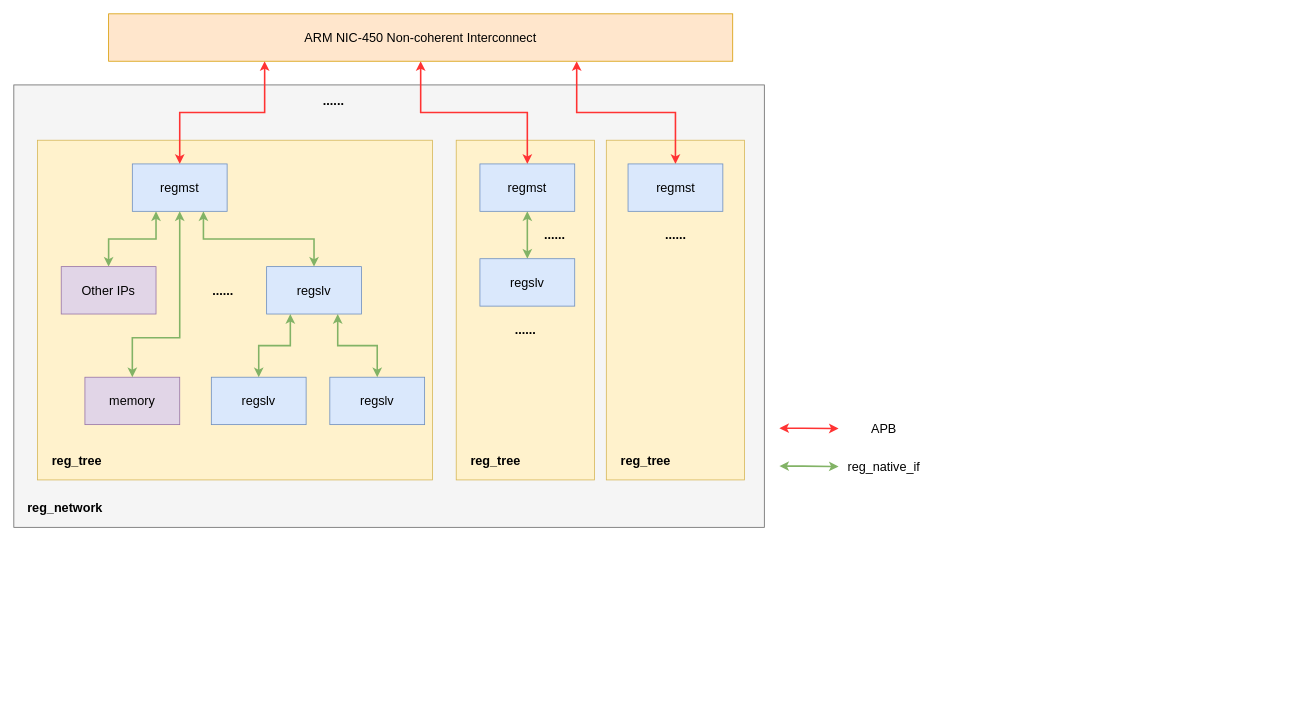
Above: docs/reg_network.dio in howsayhao/hj_reg_auto (draw.io), before the change. Source tidied: cells renumbered, new cells numbered last; positions are measured from the earlier drawing's top-left corner, leaving out a move shared by most shapes. Both pictures are drawn from the tidied source at 79%, with x=0, y=0 at pixel (13, 13).
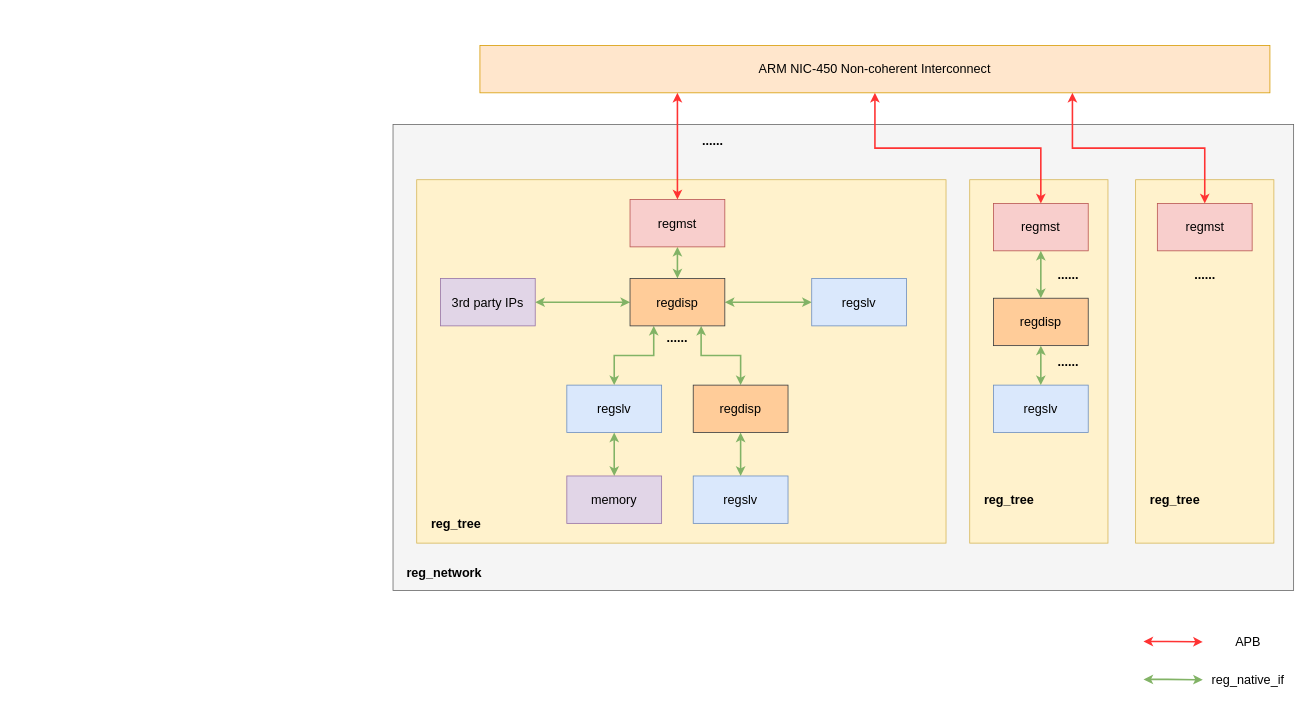
The same diagram, later.

What changed in the source:
```diff
@@
     <mxCell id="2" style="rounded=0;whiteSpace=wrap;html=1;fontSize=16;fillColor=#f5f5f5;fontColor=#333333;strokeColor=#666666;" parent="1" vertex="1">
-      <mxGeometry y="90" width="950" height="560" as="geometry" />
+      <mxGeometry x="480" y="140" width="1140" height="590" as="geometry" />
     </mxCell>
+    <mxCell id="40" style="group;fillColor=#fff2cc;strokeColor=#d6b656;" parent="1" vertex="1">
+      <mxGeometry x="1210" y="210" width="175" height="460" as="geometry" />
+    </mxCell>
     <mxCell id="3" style="rounded=0;whiteSpace=wrap;html=1;fontSize=16;fillColor=#fff2cc;strokeColor=#d6b656;" parent="1" vertex="1">
-      <mxGeometry x="750" y="160" width="175" height="430" as="geometry" />
+      <mxGeometry x="1420" y="210" width="175" height="460" as="geometry" />
     </mxCell>
-    <mxCell id="4" style="rounded=0;whiteSpace=wrap;html=1;fontSize=16;fillColor=#fff2cc;strokeColor=#d6b656;" parent="1" vertex="1">
-      <mxGeometry x="560" y="160" width="175" height="430" as="geometry" />
-    </mxCell>
     <mxCell id="5" style="rounded=0;whiteSpace=wrap;html=1;fontSize=16;fillColor=#fff2cc;strokeColor=#d6b656;" parent="1" vertex="1">
-      <mxGeometry x="30" y="160" width="500" height="430" as="geometry" />
+      <mxGeometry x="510" y="210" width="670" height="460" as="geometry" />
     </mxCell>
@@
     <mxCell id="9" value="&lt;span style=&quot;font-size: 16px&quot;&gt;ARM NIC-450 Non-coherent Interconnect&lt;/span&gt;" style="rounded=0;whiteSpace=wrap;html=1;fillColor=#ffe6cc;strokeColor=#d79b00;fontStyle=0;fontSize=16;" parent="1" vertex="1">
-      <mxGeometry x="120" width="790" height="60" as="geometry" />
+      <mxGeometry x="590" y="40" width="1000" height="60" as="geometry" />
     </mxCell>
-    <mxCell id="10" style="edgeStyle=orthogonalEdgeStyle;rounded=0;html=1;exitX=0.75;exitY=1;exitDx=0;exitDy=0;entryX=0.5;entryY=0;entryDx=0;entryDy=0;fontSize=16;startArrow=classic;startFill=1;strokeColor=#82b366;strokeWidth=2;fillColor=#d5e8d4;" parent="1" edge="1" source="12" target="19">
+    <mxCell id="10" style="edgeStyle=orthogonalEdgeStyle;rounded=0;html=1;exitX=0.5;exitY=1;exitDx=0;exitDy=0;startArrow=classic;startFill=1;strokeWidth=2;fillColor=#d5e8d4;strokeColor=#82b366;entryX=0.5;entryY=0;entryDx=0;entryDy=0;" parent="1" edge="1" source="12" target="19">
       <mxGeometry relative="1" as="geometry" />
     </mxCell>
-    <mxCell id="11" style="edgeStyle=orthogonalEdgeStyle;rounded=0;html=1;exitX=0.25;exitY=1;exitDx=0;exitDy=0;fontSize=16;startArrow=classic;startFill=1;strokeColor=#82b366;strokeWidth=2;fillColor=#d5e8d4;" parent="1" edge="1" source="12" target="16">
-      <mxGeometry relative="1" as="geometry" />
-    </mxCell>
-    <mxCell id="12" value="regmst" style="rounded=0;whiteSpace=wrap;html=1;fillColor=#dae8fc;strokeColor=#6c8ebf;fontStyle=0;fontSize=16;" parent="1" vertex="1">
-      <mxGeometry x="150" y="190" width="120" height="60" as="geometry" />
+    <mxCell id="12" value="regmst" style="rounded=0;whiteSpace=wrap;html=1;fillColor=#f8cecc;strokeColor=#b85450;fontStyle=0;fontSize=16;" parent="1" vertex="1">
+      <mxGeometry x="780" y="235" width="120" height="60" as="geometry" />
     </mxCell>
-    <mxCell id="13" style="edgeStyle=orthogonalEdgeStyle;rounded=0;html=1;exitX=0.5;exitY=1;exitDx=0;exitDy=0;entryX=0.5;entryY=0;entryDx=0;entryDy=0;fontSize=16;startArrow=classic;startFill=1;strokeColor=#82b366;strokeWidth=2;fillColor=#d5e8d4;" parent="1" edge="1" source="14" target="22">
-      <mxGeometry relative="1" as="geometry" />
-    </mxCell>
-    <mxCell id="14" value="regmst" style="rounded=0;whiteSpace=wrap;html=1;fillColor=#dae8fc;strokeColor=#6c8ebf;fontStyle=0;fontSize=16;" parent="1" vertex="1">
-      <mxGeometry x="590" y="190" width="120" height="60" as="geometry" />
-    </mxCell>
-    <mxCell id="15" value="regmst" style="rounded=0;whiteSpace=wrap;html=1;fillColor=#dae8fc;strokeColor=#6c8ebf;fontStyle=0;fontSize=16;" parent="1" vertex="1">
-      <mxGeometry x="777.5" y="190" width="120" height="60" as="geometry" />
+    <mxCell id="15" value="regmst" style="rounded=0;whiteSpace=wrap;html=1;fillColor=#f8cecc;strokeColor=#b85450;fontStyle=0;fontSize=16;" parent="1" vertex="1">
+      <mxGeometry x="1447.5" y="240" width="120" height="60" as="geometry" />
     </mxCell>
-    <mxCell id="16" value="Other IPs" style="rounded=0;whiteSpace=wrap;html=1;fontStyle=0;fontSize=16;fillColor=#e1d5e7;strokeColor=#9673a6;" parent="1" vertex="1">
-      <mxGeometry x="60" y="320" width="120" height="60" as="geometry" />
+    <mxCell id="16" value="3rd party IPs" style="rounded=0;whiteSpace=wrap;html=1;fontStyle=0;fontSize=16;fillColor=#e1d5e7;strokeColor=#9673a6;" parent="1" vertex="1">
+      <mxGeometry x="540" y="335" width="120" height="60" as="geometry" />
     </mxCell>
@@
+    <mxCell id="41" style="edgeStyle=orthogonalEdgeStyle;rounded=0;html=1;exitX=1;exitY=0.5;exitDx=0;exitDy=0;fontSize=16;startArrow=classic;startFill=1;strokeWidth=2;fillColor=#d5e8d4;strokeColor=#82b366;" parent="1" edge="1" source="19" target="48">
+      <mxGeometry relative="1" as="geometry" />
+    </mxCell>
+    <mxCell id="42" style="edgeStyle=orthogonalEdgeStyle;rounded=0;html=1;exitX=0;exitY=0.5;exitDx=0;exitDy=0;entryX=1;entryY=0.5;entryDx=0;entryDy=0;fontSize=16;startArrow=classic;startFill=1;strokeWidth=2;fillColor=#d5e8d4;strokeColor=#82b366;" parent="1" edge="1" source="19" target="16">
+      <mxGeometry relative="1" as="geometry" />
+    </mxCell>
-    <mxCell id="19" value="regslv" style="rounded=0;whiteSpace=wrap;html=1;fillColor=#dae8fc;strokeColor=#6c8ebf;fontStyle=0;fontSize=16;" parent="1" vertex="1">
-      <mxGeometry x="320" y="320" width="120" height="60" as="geometry" />
+    <mxCell id="19" value="regdisp" style="rounded=0;whiteSpace=wrap;html=1;fillColor=#ffcc99;strokeColor=#36393d;fontStyle=0;fontSize=16;" parent="1" vertex="1">
+      <mxGeometry x="780" y="335" width="120" height="60" as="geometry" />
     </mxCell>
     <mxCell id="20" value="&lt;font style=&quot;font-size: 16px;&quot;&gt;&lt;span style=&quot;font-size: 16px;&quot;&gt;......&lt;/span&gt;&lt;/font&gt;" style="text;html=1;strokeColor=none;fillColor=none;align=center;verticalAlign=middle;whiteSpace=wrap;rounded=0;fontStyle=1;fontSize=16;" parent="1" vertex="1">
-      <mxGeometry x="240" y="340" width="50" height="20" as="geometry" />
+      <mxGeometry x="815" y="400" width="50" height="20" as="geometry" />
     </mxCell>
     <mxCell id="21" value="&lt;font style=&quot;font-size: 16px;&quot;&gt;&lt;span style=&quot;font-size: 16px;&quot;&gt;......&lt;/span&gt;&lt;/font&gt;" style="text;html=1;strokeColor=none;fillColor=none;align=center;verticalAlign=middle;whiteSpace=wrap;rounded=0;fontStyle=1;fontSize=16;" parent="1" vertex="1">
-      <mxGeometry x="380" y="100" width="50" height="20" as="geometry" />
+      <mxGeometry x="860" y="150" width="50" height="20" as="geometry" />
     </mxCell>
-    <mxCell id="22" value="regslv" style="rounded=0;whiteSpace=wrap;html=1;fillColor=#dae8fc;strokeColor=#6c8ebf;fontStyle=0;fontSize=16;" parent="1" vertex="1">
-      <mxGeometry x="590" y="310" width="120" height="60" as="geometry" />
-    </mxCell>
+    <mxCell id="43" style="edgeStyle=orthogonalEdgeStyle;rounded=0;html=1;exitX=0.5;exitY=1;exitDx=0;exitDy=0;fontSize=16;startArrow=classic;startFill=1;strokeWidth=2;fillColor=#d5e8d4;strokeColor=#82b366;" parent="1" edge="1" source="23" target="38">
+      <mxGeometry relative="1" as="geometry" />
+    </mxCell>
     <mxCell id="23" value="regslv" style="rounded=0;whiteSpace=wrap;html=1;fillColor=#dae8fc;strokeColor=#6c8ebf;fontStyle=0;fontSize=16;" parent="1" vertex="1">
-      <mxGeometry x="250" y="460" width="120" height="60" as="geometry" />
+      <mxGeometry x="700" y="470" width="120" height="60" as="geometry" />
     </mxCell>
+    <mxCell id="44" style="edgeStyle=orthogonalEdgeStyle;rounded=0;html=1;startArrow=classic;startFill=1;strokeWidth=2;fillColor=#d5e8d4;strokeColor=#82b366;" parent="1" edge="1" source="24" target="45">
+      <mxGeometry relative="1" as="geometry" />
+    </mxCell>
-    <mxCell id="24" value="regslv" style="rounded=0;whiteSpace=wrap;html=1;fillColor=#dae8fc;strokeColor=#6c8ebf;fontStyle=0;fontSize=16;" parent="1" vertex="1">
-      <mxGeometry x="400" y="460" width="120" height="60" as="geometry" />
+    <mxCell id="24" value="regdisp" style="rounded=0;whiteSpace=wrap;html=1;fillColor=#ffcc99;strokeColor=#36393d;fontStyle=0;fontSize=16;" parent="1" vertex="1">
+      <mxGeometry x="860" y="470" width="120" height="60" as="geometry" />
     </mxCell>
-    <mxCell id="25" value="&lt;font style=&quot;font-size: 16px;&quot;&gt;&lt;span style=&quot;font-size: 16px;&quot;&gt;......&lt;/span&gt;&lt;/font&gt;" style="text;html=1;strokeColor=none;fillColor=none;align=center;verticalAlign=middle;whiteSpace=wrap;rounded=0;fontStyle=1;fontSize=16;" parent="1" vertex="1">
-      <mxGeometry x="622.5" y="390" width="50" height="20" as="geometry" />
-    </mxCell>
     <mxCell id="26" value="&lt;font style=&quot;font-size: 16px;&quot;&gt;&lt;span style=&quot;font-size: 16px;&quot;&gt;......&lt;/span&gt;&lt;/font&gt;" style="text;html=1;strokeColor=none;fillColor=none;align=center;verticalAlign=middle;whiteSpace=wrap;rounded=0;fontStyle=1;fontSize=16;" parent="1" vertex="1">
-      <mxGeometry x="812.5" y="270" width="50" height="20" as="geometry" />
+      <mxGeometry x="1482.5" y="320" width="50" height="20" as="geometry" />
     </mxCell>
-    <mxCell id="27" value="&lt;font style=&quot;font-size: 16px;&quot;&gt;&lt;span style=&quot;font-size: 16px;&quot;&gt;......&lt;/span&gt;&lt;/font&gt;" style="text;html=1;strokeColor=none;fillColor=none;align=center;verticalAlign=middle;whiteSpace=wrap;rounded=0;fontStyle=1;fontSize=16;" parent="1" vertex="1">
-      <mxGeometry x="660" y="270" width="50" height="20" as="geometry" />
-    </mxCell>
     <mxCell id="28" style="group;fontSize=16;" parent="1" vertex="1">
-      <mxGeometry x="999" y="510" width="160" height="30" as="geometry" />
+      <mxGeometry x="1460" y="780" width="160" height="30" as="geometry" />
     </mxCell>
@@
     <mxCell id="31" value="reg_tree" style="text;html=1;strokeColor=none;fillColor=none;align=center;verticalAlign=middle;whiteSpace=wrap;rounded=0;fontSize=16;fontStyle=1;" parent="1" vertex="1">
-      <mxGeometry x="40" y="550" width="80" height="30" as="geometry" />
+      <mxGeometry x="520" y="630" width="80" height="30" as="geometry" />
     </mxCell>
-    <mxCell id="32" value="reg_tree" style="text;html=1;strokeColor=none;fillColor=none;align=center;verticalAlign=middle;whiteSpace=wrap;rounded=0;fontSize=16;fontStyle=1;" parent="1" vertex="1">
-      <mxGeometry x="570" y="550" width="80" height="30" as="geometry" />
-    </mxCell>
     <mxCell id="33" value="reg_tree" style="text;html=1;strokeColor=none;fillColor=none;align=center;verticalAlign=middle;whiteSpace=wrap;rounded=0;fontSize=16;fontStyle=1;" parent="1" vertex="1">
-      <mxGeometry x="760" y="550" width="80" height="30" as="geometry" />
+      <mxGeometry x="1430" y="600" width="80" height="30" as="geometry" />
     </mxCell>
     <mxCell id="34" style="group;fontSize=16;" parent="1" vertex="1">
-      <mxGeometry x="999" y="558" width="160" height="30" as="geometry" />
+      <mxGeometry x="1460" y="828" width="160" height="30" as="geometry" />
     </mxCell>
@@
     <mxCell id="37" value="reg_network" style="text;html=1;strokeColor=none;fillColor=none;align=center;verticalAlign=middle;whiteSpace=wrap;rounded=0;fontSize=16;fontStyle=1;" parent="1" vertex="1">
-      <mxGeometry x="10" y="610" width="110" height="30" as="geometry" />
+      <mxGeometry x="490" y="692" width="110" height="30" as="geometry" />
     </mxCell>
     <mxCell id="38" value="memory" style="rounded=0;whiteSpace=wrap;html=1;fontStyle=0;fontSize=16;fillColor=#e1d5e7;strokeColor=#9673a6;" parent="1" vertex="1">
-      <mxGeometry x="90" y="460" width="120" height="60" as="geometry" />
+      <mxGeometry x="700" y="585" width="120" height="60" as="geometry" />
     </mxCell>
-    <mxCell id="39" style="edgeStyle=orthogonalEdgeStyle;rounded=0;html=1;exitX=0.5;exitY=1;exitDx=0;exitDy=0;entryX=0.5;entryY=0;entryDx=0;entryDy=0;fontSize=16;startArrow=classic;startFill=1;strokeColor=#82b366;strokeWidth=2;fillColor=#d5e8d4;" parent="1" edge="1" source="12" target="38">
-      <mxGeometry relative="1" as="geometry">
-        <Array as="points">
-          <mxPoint x="210" y="410" />
-          <mxPoint x="150" y="410" />
-        </Array>
-      </mxGeometry>
-    </mxCell>
+    <mxCell id="45" value="regslv" style="rounded=0;whiteSpace=wrap;html=1;fillColor=#dae8fc;strokeColor=#6c8ebf;fontStyle=0;fontSize=16;" parent="1" vertex="1">
+      <mxGeometry x="860" y="585" width="120" height="60" as="geometry" />
+    </mxCell>
+    <mxCell id="14" value="regmst" style="rounded=0;whiteSpace=wrap;html=1;fillColor=#f8cecc;strokeColor=#b85450;fontStyle=0;fontSize=16;" parent="1" vertex="1">
+      <mxGeometry x="1240" y="240" width="120" height="60" as="geometry" />
+    </mxCell>
+    <mxCell id="22" value="regdisp" style="rounded=0;whiteSpace=wrap;html=1;fillColor=#ffcc99;strokeColor=#36393d;fontStyle=0;fontSize=16;" parent="1" vertex="1">
+      <mxGeometry x="1240" y="360" width="120" height="60" as="geometry" />
+    </mxCell>
+    <mxCell id="13" style="edgeStyle=orthogonalEdgeStyle;rounded=0;html=1;exitX=0.5;exitY=1;exitDx=0;exitDy=0;entryX=0.5;entryY=0;entryDx=0;entryDy=0;fontSize=16;startArrow=classic;startFill=1;strokeColor=#82b366;strokeWidth=2;fillColor=#d5e8d4;" parent="1" edge="1" source="14" target="22">
+      <mxGeometry relative="1" as="geometry" />
+    </mxCell>
+    <mxCell id="25" value="&lt;font style=&quot;font-size: 16px;&quot;&gt;&lt;span style=&quot;font-size: 16px;&quot;&gt;......&lt;/span&gt;&lt;/font&gt;" style="text;html=1;strokeColor=none;fillColor=none;align=center;verticalAlign=middle;whiteSpace=wrap;rounded=0;fontStyle=1;fontSize=16;" parent="1" vertex="1">
+      <mxGeometry x="1310" y="430" width="50" height="20" as="geometry" />
+    </mxCell>
+    <mxCell id="27" value="&lt;font style=&quot;font-size: 16px;&quot;&gt;&lt;span style=&quot;font-size: 16px;&quot;&gt;......&lt;/span&gt;&lt;/font&gt;" style="text;html=1;strokeColor=none;fillColor=none;align=center;verticalAlign=middle;whiteSpace=wrap;rounded=0;fontStyle=1;fontSize=16;" parent="1" vertex="1">
+      <mxGeometry x="1310" y="320" width="50" height="20" as="geometry" />
+    </mxCell>
+    <mxCell id="32" value="reg_tree" style="text;html=1;strokeColor=none;fillColor=none;align=center;verticalAlign=middle;whiteSpace=wrap;rounded=0;fontSize=16;fontStyle=1;" parent="1" vertex="1">
+      <mxGeometry x="1220" y="600" width="80" height="30" as="geometry" />
+    </mxCell>
+    <mxCell id="46" value="regslv" style="rounded=0;whiteSpace=wrap;html=1;fillColor=#dae8fc;strokeColor=#6c8ebf;fontStyle=0;fontSize=16;" parent="1" vertex="1">
+      <mxGeometry x="1240" y="470" width="120" height="60" as="geometry" />
+    </mxCell>
+    <mxCell id="47" style="edgeStyle=orthogonalEdgeStyle;rounded=0;html=1;exitX=0.5;exitY=1;exitDx=0;exitDy=0;fontSize=16;startArrow=classic;startFill=1;strokeColor=#82b366;strokeWidth=2;fillColor=#d5e8d4;entryX=0.5;entryY=0;entryDx=0;entryDy=0;" parent="1" edge="1" source="22" target="46">
+      <mxGeometry relative="1" as="geometry" />
+    </mxCell>
+    <mxCell id="48" value="regslv" style="rounded=0;whiteSpace=wrap;html=1;fillColor=#dae8fc;strokeColor=#6c8ebf;fontStyle=0;fontSize=16;" parent="1" vertex="1">
+      <mxGeometry x="1010" y="335" width="120" height="60" as="geometry" />
+    </mxCell>
```
